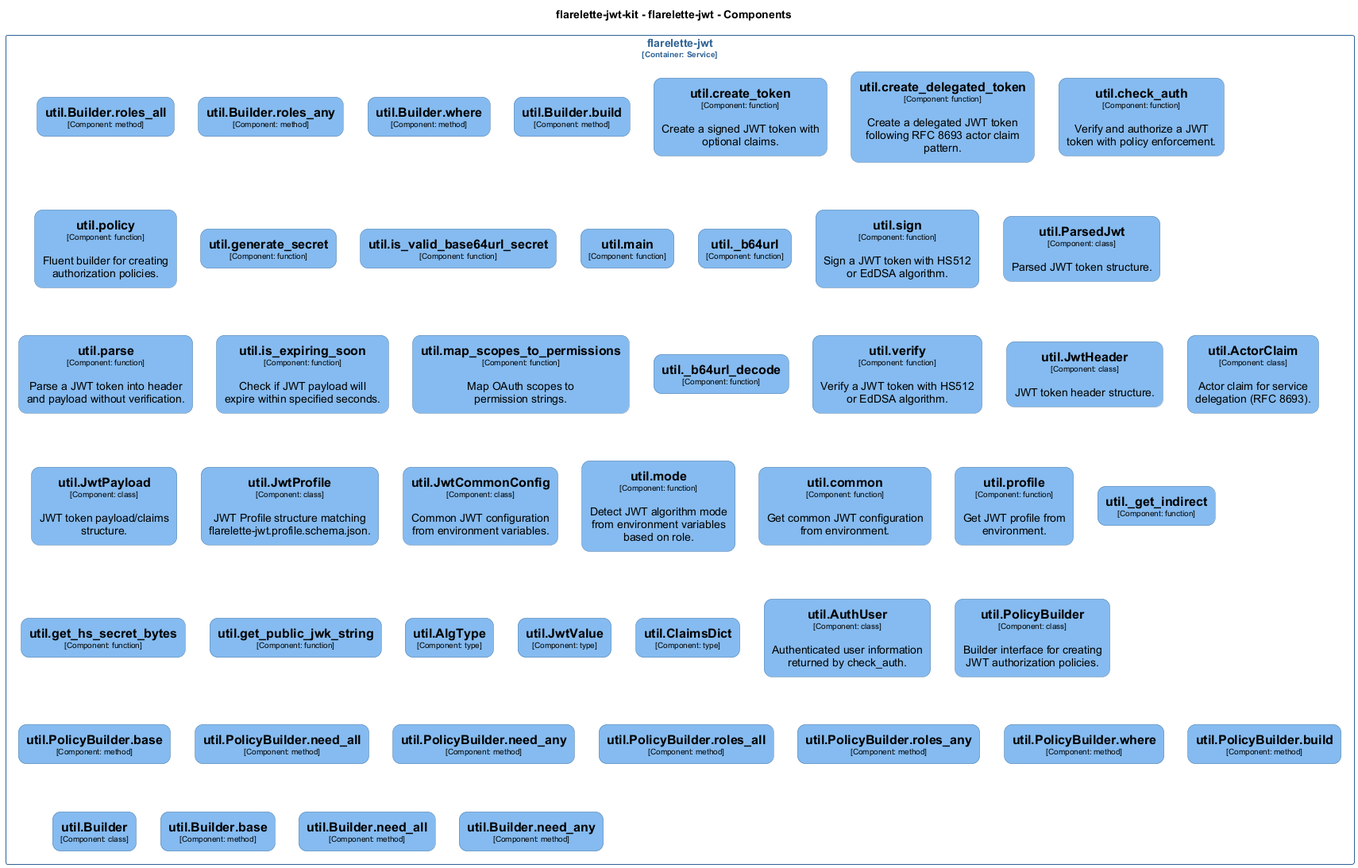
Above: docs/architecture/diagrams/structurizr-Classes_flarelette_jwt__util.png in chrislyons-dev/flarelette-jwt-kit (PlantUML), before the change.
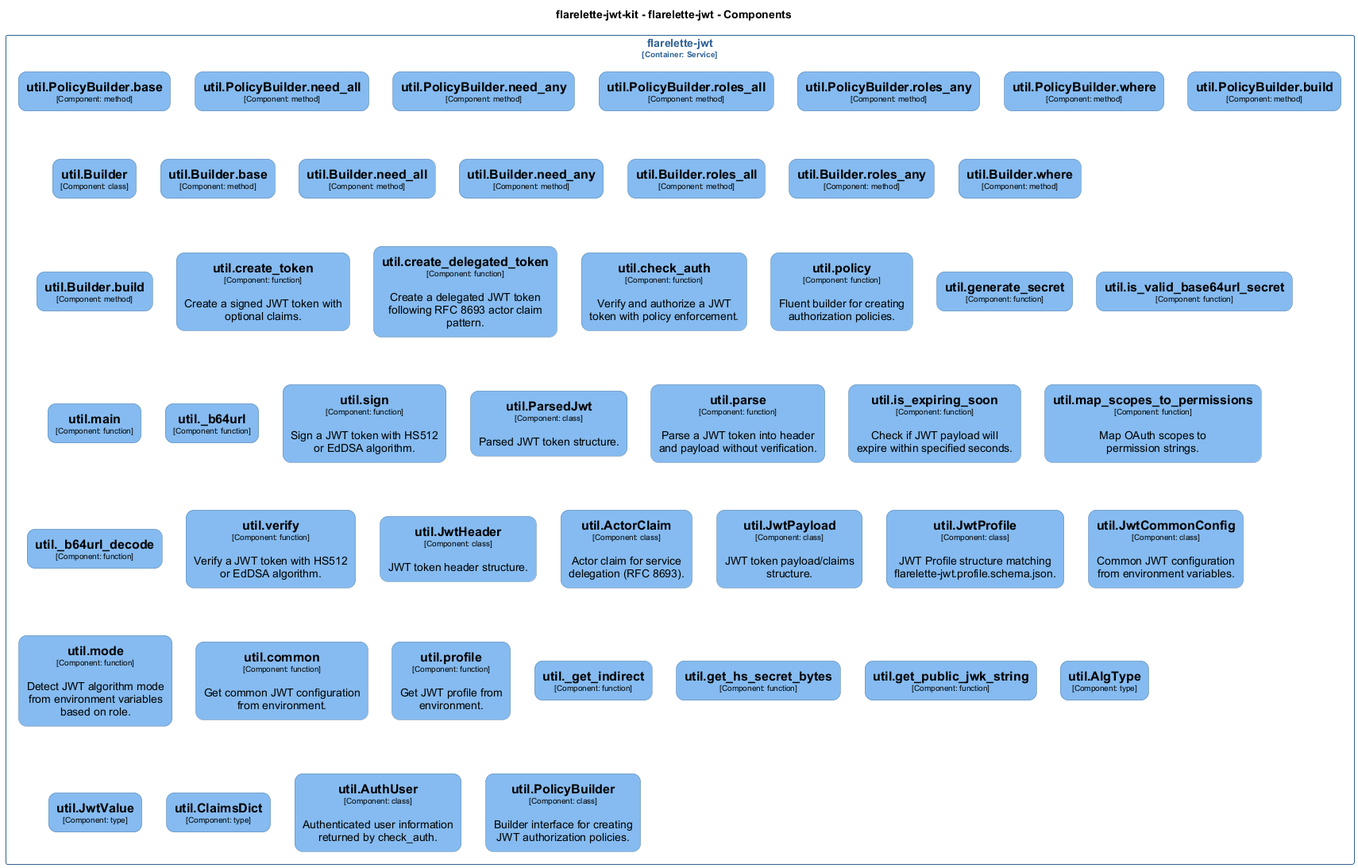
After the change.

What changed in the source:
```diff
@@ -345,6 +345,17 @@
 }
 
 rectangle "flarelette-jwt\n<size:10>[Container: Service]</size>" <<flarelettejwtkit.flarelettejwt>> {
+  rectangle "==util.PolicyBuilder.base\n<size:10>[Component: method]</size>" <<flarelettejwtkit.flarelettejwt.utilPolicyBuilderbase>> as flarelettejwtkit.flarelettejwt.utilPolicyBuilderbase
+  rectangle "==util.PolicyBuilder.need_all\n<size:10>[Component: method]</size>" <<flarelettejwtkit.flarelettejwt.utilPolicyBuilderneed_all>> as flarelettejwtkit.flarelettejwt.utilPolicyBuilderneed_all
+  rectangle "==util.PolicyBuilder.need_any\n<size:10>[Component: method]</size>" <<flarelettejwtkit.flarelettejwt.utilPolicyBuilderneed_any>> as flarelettejwtkit.flarelettejwt.utilPolicyBuilderneed_any
+  rectangle "==util.PolicyBuilder.roles_all\n<size:10>[Component: method]</size>" <<flarelettejwtkit.flarelettejwt.utilPolicyBuilderroles_all>> as flarelettejwtkit.flarelettejwt.utilPolicyBuilderroles_all
+  rectangle "==util.PolicyBuilder.roles_any\n<size:10>[Component: method]</size>" <<flarelettejwtkit.flarelettejwt.utilPolicyBuilderroles_any>> as flarelettejwtkit.flarelettejwt.utilPolicyBuilderroles_any
+  rectangle "==util.PolicyBuilder.where\n<size:10>[Component: method]</size>" <<flarelettejwtkit.flarelettejwt.utilPolicyBuilderwhere>> as flarelettejwtkit.flarelettejwt.utilPolicyBuilderwhere
+  rectangle "==util.PolicyBuilder.build\n<size:10>[Component: method]</size>" <<flarelettejwtkit.flarelettejwt.utilPolicyBuilderbuild>> as flarelettejwtkit.flarelettejwt.utilPolicyBuilderbuild
+  rectangle "==util.Builder\n<size:10>[Component: class]</size>" <<flarelettejwtkit.flarelettejwt.utilBuilder>> as flarelettejwtkit.flarelettejwt.utilBuilder
+  rectangle "==util.Builder.base\n<size:10>[Component: method]</size>" <<flarelettejwtkit.flarelettejwt.utilBuilderbase>> as flarelettejwtkit.flarelettejwt.utilBuilderbase
+  rectangle "==util.Builder.need_all\n<size:10>[Component: method]</size>" <<flarelettejwtkit.flarelettejwt.utilBuilderneed_all>> as flarelettejwtkit.flarelettejwt.utilBuilderneed_all
+  rectangle "==util.Builder.need_any\n<size:10>[Component: method]</size>" <<flarelettejwtkit.flarelettejwt.utilBuilderneed_any>> as flarelettejwtkit.flarelettejwt.utilBuilderneed_any
   rectangle "==util.Builder.roles_all\n<size:10>[Component: method]</size>" <<flarelettejwtkit.flarelettejwt.utilBuilderroles_all>> as flarelettejwtkit.flarelettejwt.utilBuilderroles_all
   rectangle "==util.Builder.roles_any\n<size:10>[Component: method]</size>" <<flarelettejwtkit.flarelettejwt.utilBuilderroles_any>> as flarelettejwtkit.flarelettejwt.utilBuilderroles_any
   rectangle "==util.Builder.where\n<size:10>[Component: method]</size>" <<flarelettejwtkit.flarelettejwt.utilBuilderwhere>> as flarelettejwtkit.flarelettejwt.utilBuilderwhere
@@ -380,17 +391,6 @@
   rectangle "==util.ClaimsDict\n<size:10>[Component: type]</size>" <<flarelettejwtkit.flarelettejwt.utilClaimsDict>> as flarelettejwtkit.flarelettejwt.utilClaimsDict
   rectangle "==util.AuthUser\n<size:10>[Component: class]</size>\n\nAuthenticated user information returned by check_auth." <<flarelettejwtkit.flarelettejwt.utilAuthUser>> as flarelettejwtkit.flarelettejwt.utilAuthUser
   rectangle "==util.PolicyBuilder\n<size:10>[Component: class]</size>\n\nBuilder interface for creating JWT authorization policies." <<flarelettejwtkit.flarelettejwt.utilPolicyBuilder>> as flarelettejwtkit.flarelettejwt.utilPolicyBuilder
-  rectangle "==util.PolicyBuilder.base\n<size:10>[Component: method]</size>" <<flarelettejwtkit.flarelettejwt.utilPolicyBuilderbase>> as flarelettejwtkit.flarelettejwt.utilPolicyBuilderbase
-  rectangle "==util.PolicyBuilder.need_all\n<size:10>[Component: method]</size>" <<flarelettejwtkit.flarelettejwt.utilPolicyBuilderneed_all>> as flarelettejwtkit.flarelettejwt.utilPolicyBuilderneed_all
-  rectangle "==util.PolicyBuilder.need_any\n<size:10>[Component: method]</size>" <<flarelettejwtkit.flarelettejwt.utilPolicyBuilderneed_any>> as flarelettejwtkit.flarelettejwt.utilPolicyBuilderneed_any
-  rectangle "==util.PolicyBuilder.roles_all\n<size:10>[Component: method]</size>" <<flarelettejwtkit.flarelettejwt.utilPolicyBuilderroles_all>> as flarelettejwtkit.flarelettejwt.utilPolicyBuilderroles_all
-  rectangle "==util.PolicyBuilder.roles_any\n<size:10>[Component: method]</size>" <<flarelettejwtkit.flarelettejwt.utilPolicyBuilderroles_any>> as flarelettejwtkit.flarelettejwt.utilPolicyBuilderroles_any
-  rectangle "==util.PolicyBuilder.where\n<size:10>[Component: method]</size>" <<flarelettejwtkit.flarelettejwt.utilPolicyBuilderwhere>> as flarelettejwtkit.flarelettejwt.utilPolicyBuilderwhere
-  rectangle "==util.PolicyBuilder.build\n<size:10>[Component: method]</size>" <<flarelettejwtkit.flarelettejwt.utilPolicyBuilderbuild>> as flarelettejwtkit.flarelettejwt.utilPolicyBuilderbuild
-  rectangle "==util.Builder\n<size:10>[Component: class]</size>" <<flarelettejwtkit.flarelettejwt.utilBuilder>> as flarelettejwtkit.flarelettejwt.utilBuilder
-  rectangle "==util.Builder.base\n<size:10>[Component: method]</size>" <<flarelettejwtkit.flarelettejwt.utilBuilderbase>> as flarelettejwtkit.flarelettejwt.utilBuilderbase
-  rectangle "==util.Builder.need_all\n<size:10>[Component: method]</size>" <<flarelettejwtkit.flarelettejwt.utilBuilderneed_all>> as flarelettejwtkit.flarelettejwt.utilBuilderneed_all
-  rectangle "==util.Builder.need_any\n<size:10>[Component: method]</size>" <<flarelettejwtkit.flarelettejwt.utilBuilderneed_any>> as flarelettejwtkit.flarelettejwt.utilBuilderneed_any
 }
 
 @enduml
```
